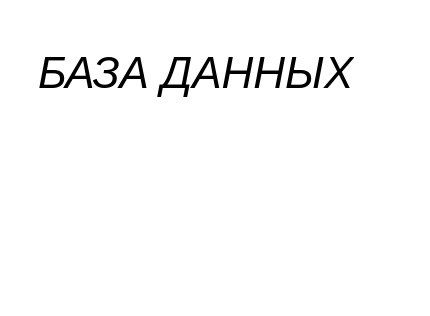
Earlier version of the draw.io diagram page "таски" (3 of 4) of мебкух.drawio (User-cyber-new/mebkuch). Source tidied: cells renumbered, new cells numbered last; positions are measured from the earlier drawing's top-left corner, leaving out a move shared by most shapes. Both pictures are drawn from the tidied source at 200%, with x=0, y=0 at pixel (34, 34).
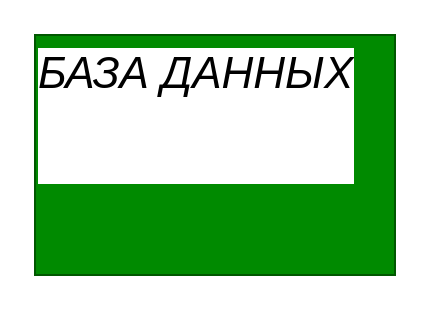
The same page after the edit.

The edit, as a diff of the source:
```diff
@@
 <mxGraphModel>
   <root>
     <mxCell id="0" />
     <mxCell id="1" parent="0" />
-    <mxCell id="2" value="&lt;h1 style=&quot;margin-top: 0px;&quot;&gt;&lt;span style=&quot;color: light-dark(rgb(0, 0, 0), rgb(255, 255, 255)); font-weight: normal;&quot;&gt;&lt;i style=&quot;&quot;&gt;БАЗА ДАННЫХ&lt;br&gt;&lt;/i&gt;&lt;/span&gt;&lt;br&gt;&lt;/h1&gt;" style="text;html=1;whiteSpace=wrap;overflow=hidden;rounded=0;fontFamily=Helvetica;fontSize=11;fontColor=default;labelBackgroundColor=default;" parent="1" vertex="1">
+    <mxCell id="2" value="&lt;h1 style=&quot;margin-top: 0px;&quot;&gt;&lt;span style=&quot;color: light-dark(rgb(0, 0, 0), rgb(255, 255, 255)); font-weight: normal;&quot;&gt;&lt;i style=&quot;&quot;&gt;БАЗА ДАННЫХ&lt;br&gt;&lt;/i&gt;&lt;/span&gt;&lt;br&gt;&lt;/h1&gt;" style="text;html=1;whiteSpace=wrap;overflow=hidden;rounded=0;fontFamily=Helvetica;fontSize=11;fontColor=#ffffff;labelBackgroundColor=default;fillColor=#008a00;strokeColor=#005700;" parent="1" vertex="1">
       <mxGeometry width="180" height="120" as="geometry" />
     </mxCell>
   </root>
 </mxGraphModel>
```
